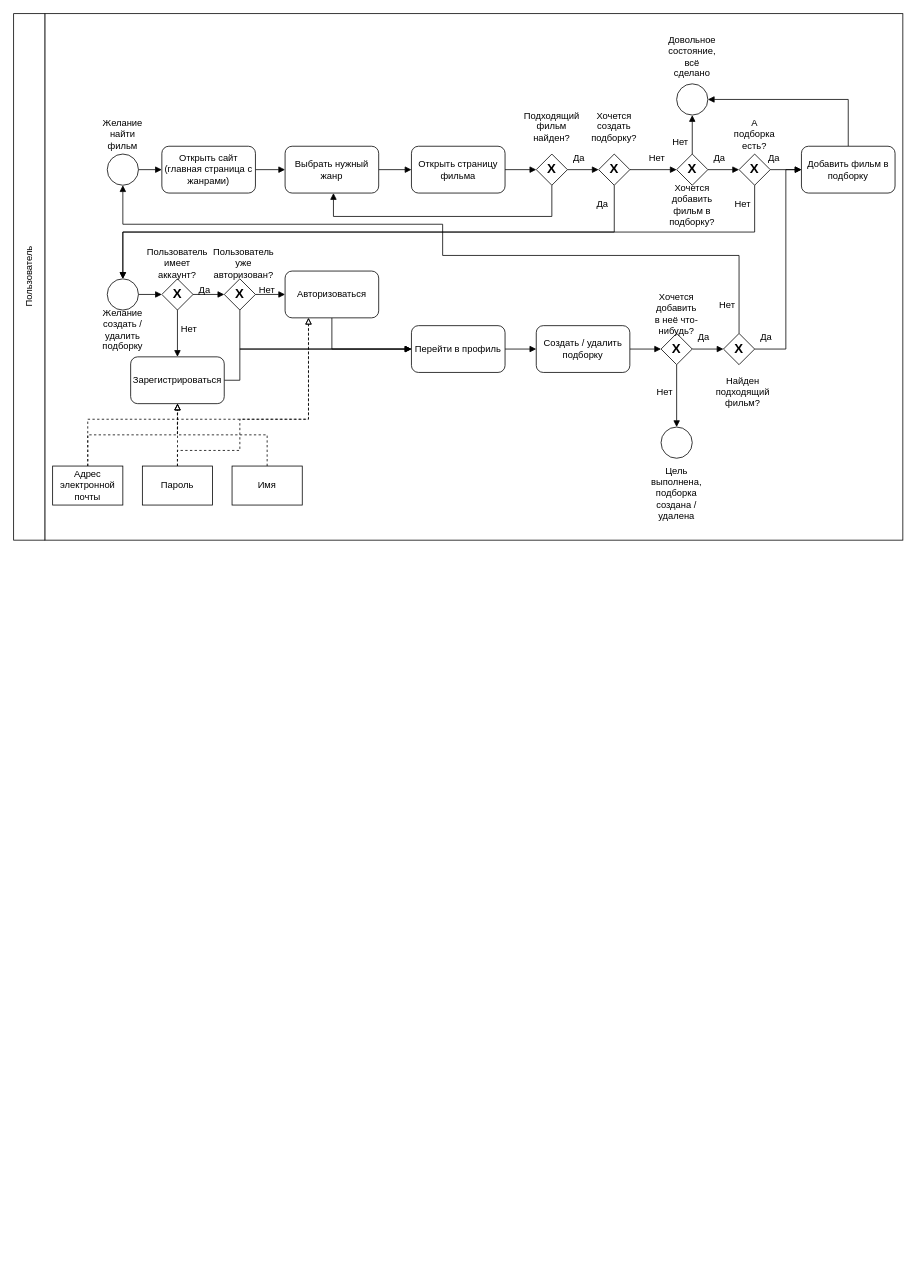
This is lab01/diagrams/bpmn.drawio from kalashkovpaul/bmstu-sd, a draw.io file, before an edit. Source tidied: cells renumbered, new cells numbered last; positions are measured from the earlier drawing's top-left corner, leaving out a move shared by most shapes. Both pictures are drawn from the tidied source at 78%, with x=0, y=0 at pixel (-235, 13).
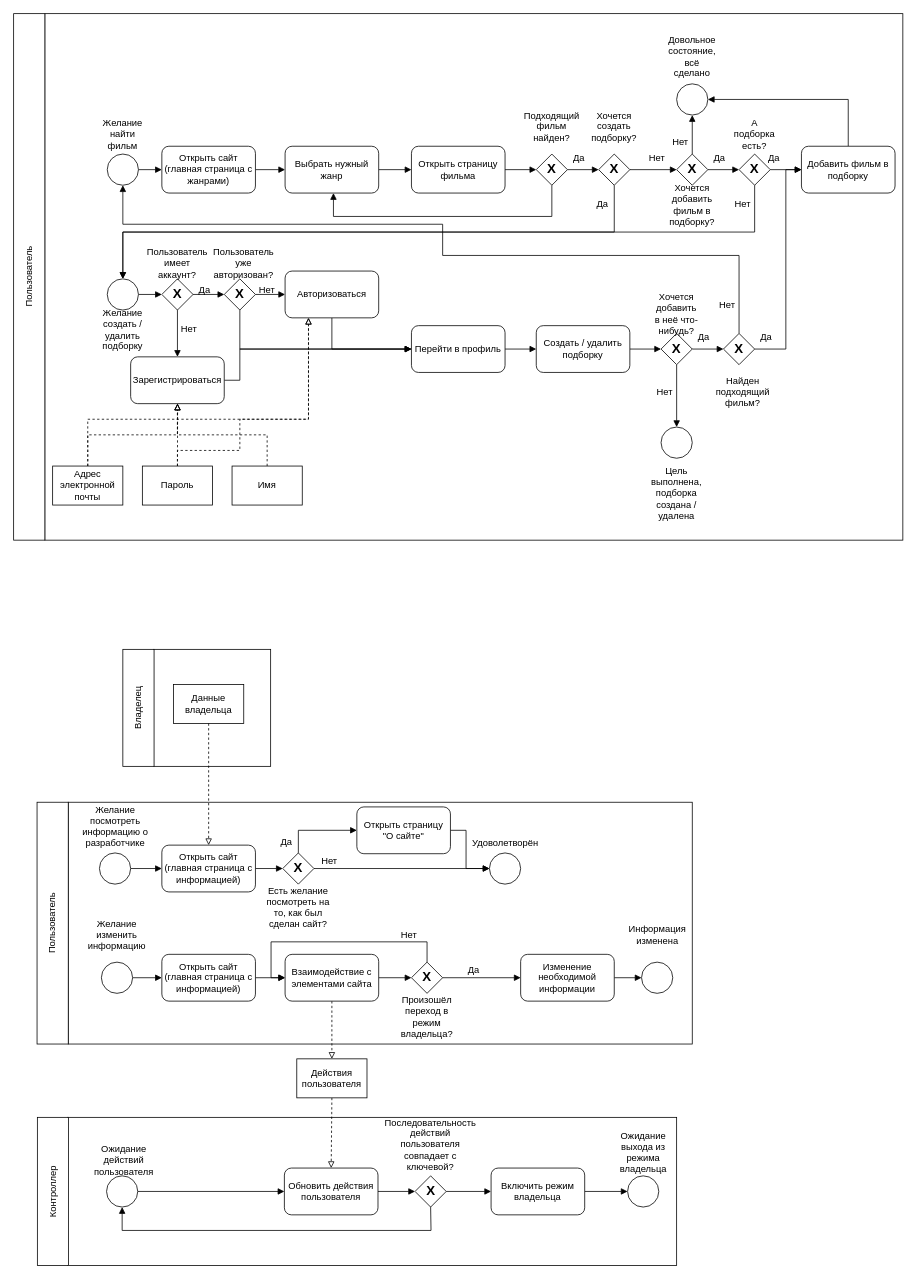
The same page after the edit.

What changed in the source:
```diff
@@
+    <mxCell id="84" style="whiteSpace=wrap;html=1;rotation=0;" parent="1" vertex="1">
+      <mxGeometry x="387.1" y="1415" width="780.9" height="190" as="geometry" />
+    </mxCell>
+    <mxCell id="85" style="whiteSpace=wrap;html=1;rotation=0;" parent="1" vertex="1">
+      <mxGeometry x="497.5" y="815" width="150" height="150" as="geometry" />
+    </mxCell>
+    <mxCell id="86" value="Владелец" style="whiteSpace=wrap;html=1;rotation=-90;" parent="1" vertex="1">
+      <mxGeometry x="403" y="870" width="150" height="40" as="geometry" />
+    </mxCell>
+    <mxCell id="87" style="whiteSpace=wrap;html=1;rotation=0;" parent="1" vertex="1">
+      <mxGeometry x="388" y="1011" width="800" height="310" as="geometry" />
+    </mxCell>
@@
+    <mxCell id="88" value="Данные владельца" style="whiteSpace=wrap;html=1;rounded=0;fontSize=12;" parent="1" vertex="1">
+      <mxGeometry x="523" y="860" width="90" height="50" as="geometry" />
+    </mxCell>
@@
+    <mxCell id="89" style="edgeStyle=none;html=1;exitX=1;exitY=0.5;exitDx=0;exitDy=0;entryX=0;entryY=0.5;entryDx=0;entryDy=0;endArrow=block;endFill=1;" parent="1" edge="1" source="91" target="95">
+      <mxGeometry relative="1" as="geometry" />
+    </mxCell>
@@
+    <mxCell id="90" style="edgeStyle=none;html=1;exitX=0.5;exitY=0;exitDx=0;exitDy=0;entryX=0;entryY=0.5;entryDx=0;entryDy=0;endArrow=block;endFill=1;rounded=0;" parent="1" edge="1" source="91" target="94">
+      <mxGeometry relative="1" as="geometry">
+        <Array as="points">
+          <mxPoint x="683" y="1047" />
+        </Array>
+      </mxGeometry>
+    </mxCell>
@@
+    <mxCell id="91" value="&lt;b&gt;&lt;font style=&quot;font-size: 17px;&quot;&gt;Х&lt;/font&gt;&lt;/b&gt;" style="rhombus;whiteSpace=wrap;html=1;rounded=0;" parent="1" vertex="1">
+      <mxGeometry x="663" y="1076" width="40" height="40" as="geometry" />
+    </mxCell>
@@
+    <mxCell id="92" value="Есть желание посмотреть на то, как был сделан сайт?" style="text;strokeColor=none;align=center;fillColor=none;html=1;verticalAlign=middle;whiteSpace=wrap;rounded=0;" parent="1" vertex="1">
+      <mxGeometry x="638" y="1116" width="90" height="60" as="geometry" />
+    </mxCell>
@@
+    <mxCell id="93" style="edgeStyle=none;rounded=0;html=1;exitX=1;exitY=0.5;exitDx=0;exitDy=0;entryX=0;entryY=0.5;entryDx=0;entryDy=0;endArrow=block;endFill=1;" parent="1" edge="1" source="94" target="95">
+      <mxGeometry relative="1" as="geometry">
+        <Array as="points">
+          <mxPoint x="898" y="1047" />
+          <mxPoint x="898" y="1096" />
+        </Array>
+      </mxGeometry>
+    </mxCell>
@@
+    <mxCell id="94" value="Открыть страницу &quot;О сайте&quot;" style="whiteSpace=wrap;html=1;rounded=1;" parent="1" vertex="1">
+      <mxGeometry x="758" y="1017" width="120" height="60" as="geometry" />
+    </mxCell>
@@
+    <mxCell id="95" style="ellipse;whiteSpace=wrap;html=1;" parent="1" vertex="1">
+      <mxGeometry x="928" y="1076" width="40" height="40" as="geometry" />
+    </mxCell>
@@
+    <mxCell id="96" value="Удоволетворён" style="text;strokeColor=none;align=center;fillColor=none;html=1;verticalAlign=middle;whiteSpace=wrap;rounded=0;" parent="1" vertex="1">
+      <mxGeometry x="900.5" y="1048" width="95" height="29" as="geometry" />
+    </mxCell>
@@
+    <mxCell id="97" value="Да" style="text;strokeColor=none;align=center;fillColor=none;html=1;verticalAlign=middle;whiteSpace=wrap;rounded=0;" parent="1" vertex="1">
+      <mxGeometry x="648" y="1051" width="40" height="21" as="geometry" />
+    </mxCell>
@@
+    <mxCell id="98" value="Нет" style="text;strokeColor=none;align=center;fillColor=none;html=1;verticalAlign=middle;whiteSpace=wrap;rounded=0;" parent="1" vertex="1">
+      <mxGeometry x="703" y="1076" width="40" height="21" as="geometry" />
+    </mxCell>
@@
+    <mxCell id="99" value="Желание изменить информацию" style="text;strokeColor=none;align=center;fillColor=none;html=1;verticalAlign=middle;whiteSpace=wrap;rounded=0;" parent="1" vertex="1">
+      <mxGeometry x="403" y="1151" width="95" height="60" as="geometry" />
+    </mxCell>
@@
+    <mxCell id="100" style="edgeStyle=none;rounded=0;html=1;exitX=1;exitY=0.5;exitDx=0;exitDy=0;entryX=0;entryY=0.5;entryDx=0;entryDy=0;endArrow=block;endFill=1;" parent="1" edge="1" source="101" target="103">
+      <mxGeometry relative="1" as="geometry" />
+    </mxCell>
@@
+    <mxCell id="101" style="ellipse;whiteSpace=wrap;html=1;" parent="1" vertex="1">
+      <mxGeometry x="430.5" y="1216" width="40" height="40" as="geometry" />
+    </mxCell>
@@
+    <mxCell id="102" style="edgeStyle=none;rounded=0;html=1;exitX=1;exitY=0.5;exitDx=0;exitDy=0;entryX=0;entryY=0.5;entryDx=0;entryDy=0;endArrow=block;endFill=1;" parent="1" edge="1" source="103" target="106">
+      <mxGeometry relative="1" as="geometry" />
+    </mxCell>
@@
+    <mxCell id="103" value="Открыть сайт (главная страница с информацией)" style="whiteSpace=wrap;html=1;rounded=1;" parent="1" vertex="1">
+      <mxGeometry x="508" y="1206" width="120" height="60" as="geometry" />
+    </mxCell>
@@
+    <mxCell id="104" style="edgeStyle=none;rounded=0;html=1;exitX=1;exitY=0.5;exitDx=0;exitDy=0;entryX=0;entryY=0.5;entryDx=0;entryDy=0;endArrow=block;endFill=1;" parent="1" edge="1" source="106" target="127">
+      <mxGeometry relative="1" as="geometry" />
+    </mxCell>
@@
+    <mxCell id="105" style="edgeStyle=none;rounded=0;html=1;exitX=0.5;exitY=1;exitDx=0;exitDy=0;entryX=0.5;entryY=0;entryDx=0;entryDy=0;endArrow=block;endFill=0;dashed=1;" parent="1" edge="1" source="106" target="122">
+      <mxGeometry relative="1" as="geometry" />
+    </mxCell>
+    <mxCell id="106" value="Взаимодействие с элементами сайта" style="whiteSpace=wrap;html=1;rounded=1;" parent="1" vertex="1">
+      <mxGeometry x="666" y="1206" width="120" height="60" as="geometry" />
+    </mxCell>
@@
+    <mxCell id="107" value="Контроллер" style="whiteSpace=wrap;html=1;rotation=-90;" parent="1" vertex="1">
+      <mxGeometry x="273.4" y="1490" width="190" height="40" as="geometry" />
+    </mxCell>
@@
+    <mxCell id="108" style="edgeStyle=none;rounded=0;html=1;exitX=1;exitY=0.5;exitDx=0;exitDy=0;entryX=0;entryY=0.5;entryDx=0;entryDy=0;endArrow=block;endFill=1;" parent="1" edge="1" source="109" target="112">
+      <mxGeometry relative="1" as="geometry" />
+    </mxCell>
@@
+    <mxCell id="109" style="ellipse;whiteSpace=wrap;html=1;" parent="1" vertex="1">
+      <mxGeometry x="437.1" y="1490" width="40" height="40" as="geometry" />
+    </mxCell>
@@
+    <mxCell id="110" value="Ожидание действий пользователя" style="text;strokeColor=none;align=center;fillColor=none;html=1;verticalAlign=middle;whiteSpace=wrap;rounded=0;" parent="1" vertex="1">
+      <mxGeometry x="412.1" y="1440" width="95" height="60" as="geometry" />
+    </mxCell>
@@
+    <mxCell id="111" style="edgeStyle=none;rounded=0;html=1;exitX=1;exitY=0.5;exitDx=0;exitDy=0;entryX=0;entryY=0.5;entryDx=0;entryDy=0;endArrow=block;endFill=1;" parent="1" edge="1" source="112" target="115">
+      <mxGeometry relative="1" as="geometry" />
+    </mxCell>
@@
+    <mxCell id="112" value="Обновить действия пользователя" style="whiteSpace=wrap;html=1;rounded=1;" parent="1" vertex="1">
+      <mxGeometry x="665.1" y="1480" width="120" height="60" as="geometry" />
+    </mxCell>
@@
+    <mxCell id="113" style="edgeStyle=none;rounded=0;html=1;exitX=1;exitY=0.5;exitDx=0;exitDy=0;entryX=0;entryY=0.5;entryDx=0;entryDy=0;endArrow=block;endFill=1;" parent="1" edge="1" source="115" target="118">
+      <mxGeometry relative="1" as="geometry" />
+    </mxCell>
@@
+    <mxCell id="114" style="edgeStyle=none;rounded=0;html=1;exitX=0.5;exitY=1;exitDx=0;exitDy=0;entryX=0.5;entryY=1;entryDx=0;entryDy=0;endArrow=block;endFill=1;" parent="1" edge="1" source="115" target="109">
+      <mxGeometry relative="1" as="geometry">
+        <Array as="points">
+          <mxPoint x="853.1" y="1560" />
+          <mxPoint x="457.1" y="1560" />
+        </Array>
+      </mxGeometry>
+    </mxCell>
@@
+    <mxCell id="115" value="&lt;b&gt;&lt;font style=&quot;font-size: 17px;&quot;&gt;Х&lt;/font&gt;&lt;/b&gt;" style="rhombus;whiteSpace=wrap;html=1;rounded=0;" parent="1" vertex="1">
+      <mxGeometry x="832.6" y="1490" width="40" height="40" as="geometry" />
+    </mxCell>
@@
+    <mxCell id="116" value="Последовательность действий пользователя совпадает с ключевой?" style="text;strokeColor=none;align=center;fillColor=none;html=1;verticalAlign=middle;whiteSpace=wrap;rounded=0;" parent="1" vertex="1">
+      <mxGeometry x="805.1" y="1420" width="95" height="60" as="geometry" />
+    </mxCell>
@@
+    <mxCell id="117" style="edgeStyle=none;rounded=0;html=1;exitX=1;exitY=0.5;exitDx=0;exitDy=0;entryX=0;entryY=0.5;entryDx=0;entryDy=0;endArrow=block;endFill=1;" parent="1" edge="1" source="118" target="119">
+      <mxGeometry relative="1" as="geometry" />
+    </mxCell>
+    <mxCell id="118" value="Включить режим владельца" style="whiteSpace=wrap;html=1;rounded=1;" parent="1" vertex="1">
+      <mxGeometry x="930.1" y="1480" width="120" height="60" as="geometry" />
+    </mxCell>
@@
+    <mxCell id="119" style="ellipse;whiteSpace=wrap;html=1;" parent="1" vertex="1">
+      <mxGeometry x="1105.1" y="1490" width="40" height="40" as="geometry" />
+    </mxCell>
@@
+    <mxCell id="120" value="Ожидание выхода из режима владельца" style="text;strokeColor=none;align=center;fillColor=none;html=1;verticalAlign=middle;whiteSpace=wrap;rounded=0;" parent="1" vertex="1">
+      <mxGeometry x="1077.6" y="1430" width="95" height="60" as="geometry" />
+    </mxCell>
@@
+    <mxCell id="121" style="edgeStyle=none;rounded=0;html=1;exitX=0.5;exitY=1;exitDx=0;exitDy=0;entryX=0.5;entryY=0;entryDx=0;entryDy=0;dashed=1;endArrow=block;endFill=0;" parent="1" edge="1" source="122" target="112">
+      <mxGeometry relative="1" as="geometry" />
+    </mxCell>
+    <mxCell id="122" value="Действия пользователя" style="whiteSpace=wrap;html=1;rounded=0;fontSize=12;" parent="1" vertex="1">
+      <mxGeometry x="681" y="1340" width="90" height="50" as="geometry" />
+    </mxCell>
@@
+    <mxCell id="123" style="edgeStyle=none;rounded=0;html=1;exitX=1;exitY=0.5;exitDx=0;exitDy=0;entryX=0;entryY=0.5;entryDx=0;entryDy=0;endArrow=block;endFill=1;" parent="1" edge="1" source="124" target="131">
+      <mxGeometry relative="1" as="geometry" />
+    </mxCell>
@@
+    <mxCell id="124" value="Изменение необходимой информации" style="whiteSpace=wrap;html=1;rounded=1;" parent="1" vertex="1">
+      <mxGeometry x="968" y="1206" width="120" height="60" as="geometry" />
+    </mxCell>
@@
+    <mxCell id="125" style="edgeStyle=none;rounded=0;html=1;exitX=0.5;exitY=0;exitDx=0;exitDy=0;entryX=0;entryY=0.5;entryDx=0;entryDy=0;endArrow=block;endFill=1;" parent="1" edge="1" source="127" target="106">
+      <mxGeometry relative="1" as="geometry">
+        <Array as="points">
+          <mxPoint x="848" y="1190" />
+          <mxPoint x="648" y="1190" />
+          <mxPoint x="648" y="1236" />
+        </Array>
+      </mxGeometry>
+    </mxCell>
@@
+    <mxCell id="126" style="edgeStyle=none;rounded=0;html=1;exitX=1;exitY=0.5;exitDx=0;exitDy=0;entryX=0;entryY=0.5;entryDx=0;entryDy=0;endArrow=block;endFill=1;" parent="1" edge="1" source="127" target="124">
+      <mxGeometry relative="1" as="geometry" />
+    </mxCell>
@@
+    <mxCell id="127" value="&lt;b&gt;&lt;font style=&quot;font-size: 17px;&quot;&gt;Х&lt;/font&gt;&lt;/b&gt;" style="rhombus;whiteSpace=wrap;html=1;rounded=0;" parent="1" vertex="1">
+      <mxGeometry x="828" y="1216" width="40" height="40" as="geometry" />
+    </mxCell>
@@
+    <mxCell id="128" value="Произошёл переход в режим владельца?" style="text;strokeColor=none;align=center;fillColor=none;html=1;verticalAlign=middle;whiteSpace=wrap;rounded=0;" parent="1" vertex="1">
+      <mxGeometry x="803" y="1256" width="90" height="60" as="geometry" />
+    </mxCell>
@@
+    <mxCell id="129" value="Нет" style="text;strokeColor=none;align=center;fillColor=none;html=1;verticalAlign=middle;whiteSpace=wrap;rounded=0;" parent="1" vertex="1">
+      <mxGeometry x="805.1" y="1170.5" width="40" height="21" as="geometry" />
+    </mxCell>
@@
+    <mxCell id="130" value="Да" style="text;strokeColor=none;align=center;fillColor=none;html=1;verticalAlign=middle;whiteSpace=wrap;rounded=0;" parent="1" vertex="1">
+      <mxGeometry x="888" y="1216" width="40" height="21" as="geometry" />
+    </mxCell>
@@
+    <mxCell id="131" style="ellipse;whiteSpace=wrap;html=1;" parent="1" vertex="1">
+      <mxGeometry x="1123" y="1216" width="40" height="40" as="geometry" />
+    </mxCell>
@@
+    <mxCell id="132" value="Информация изменена" style="text;strokeColor=none;align=center;fillColor=none;html=1;verticalAlign=middle;whiteSpace=wrap;rounded=0;" parent="1" vertex="1">
+      <mxGeometry x="1095.5" y="1166.5" width="95" height="29" as="geometry" />
+    </mxCell>
@@
+    <mxCell id="133" value="Пользователь" style="whiteSpace=wrap;html=1;rotation=-90;" parent="1" vertex="1">
+      <mxGeometry x="213" y="1146" width="310" height="40" as="geometry" />
+    </mxCell>
+    <mxCell id="134" style="edgeStyle=none;rounded=0;html=1;exitX=1;exitY=0.5;exitDx=0;exitDy=0;entryX=0;entryY=0.5;entryDx=0;entryDy=0;endArrow=block;endFill=1;" parent="1" edge="1" source="135" target="138">
+      <mxGeometry relative="1" as="geometry" />
+    </mxCell>
+    <mxCell id="135" style="ellipse;whiteSpace=wrap;html=1;" parent="1" vertex="1">
+      <mxGeometry x="428" y="1076" width="40" height="40" as="geometry" />
+    </mxCell>
+    <mxCell id="136" value="Желание посмотреть информацию о разработчике" style="text;strokeColor=none;align=center;fillColor=none;html=1;verticalAlign=middle;whiteSpace=wrap;rounded=0;" parent="1" vertex="1">
+      <mxGeometry x="400.5" y="1012" width="95" height="60" as="geometry" />
+    </mxCell>
+    <mxCell id="137" style="edgeStyle=none;rounded=0;html=1;exitX=1;exitY=0.5;exitDx=0;exitDy=0;entryX=0;entryY=0.5;entryDx=0;entryDy=0;endArrow=block;endFill=1;" parent="1" edge="1" source="138" target="91">
+      <mxGeometry relative="1" as="geometry" />
+    </mxCell>
+    <mxCell id="138" value="Открыть сайт (главная страница с информацией)" style="whiteSpace=wrap;html=1;rounded=1;" parent="1" vertex="1">
+      <mxGeometry x="508" y="1066" width="120" height="60" as="geometry" />
+    </mxCell>
+    <mxCell id="139" style="edgeStyle=none;html=1;exitX=0.5;exitY=1;exitDx=0;exitDy=0;entryX=0.5;entryY=0;entryDx=0;entryDy=0;dashed=1;endArrow=block;endFill=0;" parent="1" edge="1" source="88" target="138">
+      <mxGeometry relative="1" as="geometry" />
+    </mxCell>
```
